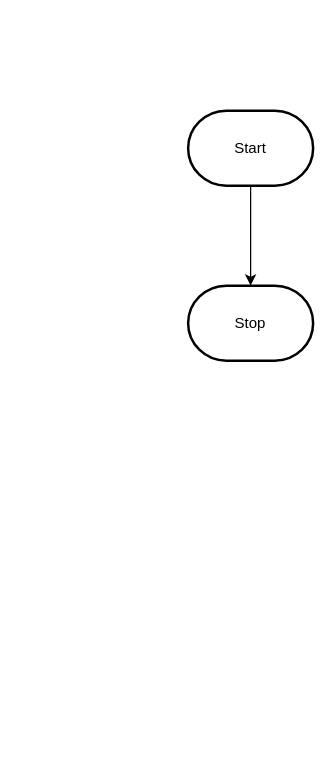
The draw.io diagram design/flowchart.drawio in MTHS-ICS2O-2-2022/ics2o---unit-5-05-janet-do, before the edit. Source tidied: cells renumbered, new cells numbered last; positions are measured from the earlier drawing's top-left corner, leaving out a move shared by most shapes. Both pictures are drawn from the tidied source at 125%, with x=0, y=0 at pixel (188, 110).
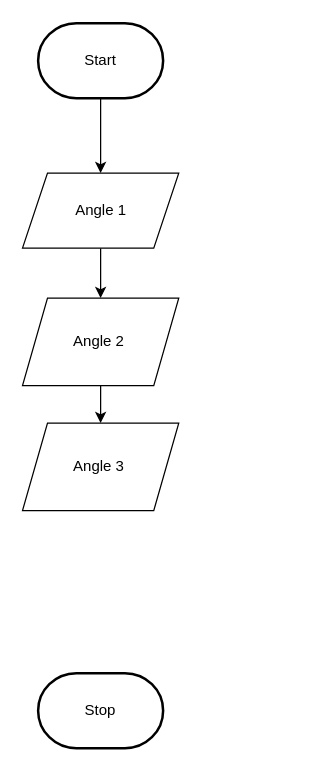
The same diagram, later.

What changed in the source:
```diff
@@
 <mxGraphModel>
   <root>
     <mxCell id="0" />
     <mxCell id="1" parent="0" />
-    <mxCell id="2" style="edgeStyle=orthogonalEdgeStyle;html=1;rounded=0;" parent="1" edge="1" source="3" target="4">
-      <mxGeometry relative="1" as="geometry" />
-    </mxCell>
+    <mxCell id="5" style="edgeStyle=orthogonalEdgeStyle;html=1;entryX=0.5;entryY=0;entryDx=0;entryDy=0;rounded=0;" parent="1" edge="1" source="3" target="7">
+      <mxGeometry relative="1" as="geometry" />
+    </mxCell>
     <mxCell id="3" value="Start" style="strokeWidth=2;html=1;shape=mxgraph.flowchart.terminator;whiteSpace=wrap;" parent="1" vertex="1">
-      <mxGeometry width="100" height="60" as="geometry" />
+      <mxGeometry x="-120" y="-70" width="100" height="60" as="geometry" />
     </mxCell>
     <mxCell id="4" value="Stop" style="strokeWidth=2;html=1;shape=mxgraph.flowchart.terminator;whiteSpace=wrap;" parent="1" vertex="1">
-      <mxGeometry y="140" width="100" height="60" as="geometry" />
+      <mxGeometry x="-120" y="450" width="100" height="60" as="geometry" />
     </mxCell>
+    <mxCell id="6" style="edgeStyle=orthogonalEdgeStyle;rounded=0;html=1;entryX=0.5;entryY=0;entryDx=0;entryDy=0;" parent="1" edge="1" source="7" target="9">
+      <mxGeometry relative="1" as="geometry" />
+    </mxCell>
+    <mxCell id="7" value="Angle 1" style="shape=parallelogram;perimeter=parallelogramPerimeter;whiteSpace=wrap;html=1;fixedSize=1;" parent="1" vertex="1">
+      <mxGeometry x="-132.5" y="50" width="125" height="60" as="geometry" />
+    </mxCell>
+    <mxCell id="8" style="edgeStyle=orthogonalEdgeStyle;rounded=0;html=1;entryX=0.5;entryY=0;entryDx=0;entryDy=0;" parent="1" edge="1" source="9" target="10">
+      <mxGeometry relative="1" as="geometry" />
+    </mxCell>
+    <mxCell id="9" value="Angle 2&amp;nbsp;" style="shape=parallelogram;perimeter=parallelogramPerimeter;whiteSpace=wrap;html=1;fixedSize=1;" parent="1" vertex="1">
+      <mxGeometry x="-132.5" y="150" width="125" height="70" as="geometry" />
+    </mxCell>
+    <mxCell id="10" value="Angle 3&amp;nbsp;" style="shape=parallelogram;perimeter=parallelogramPerimeter;whiteSpace=wrap;html=1;fixedSize=1;" parent="1" vertex="1">
+      <mxGeometry x="-132.5" y="250" width="125" height="70" as="geometry" />
+    </mxCell>
   </root>
 </mxGraphModel>
```
